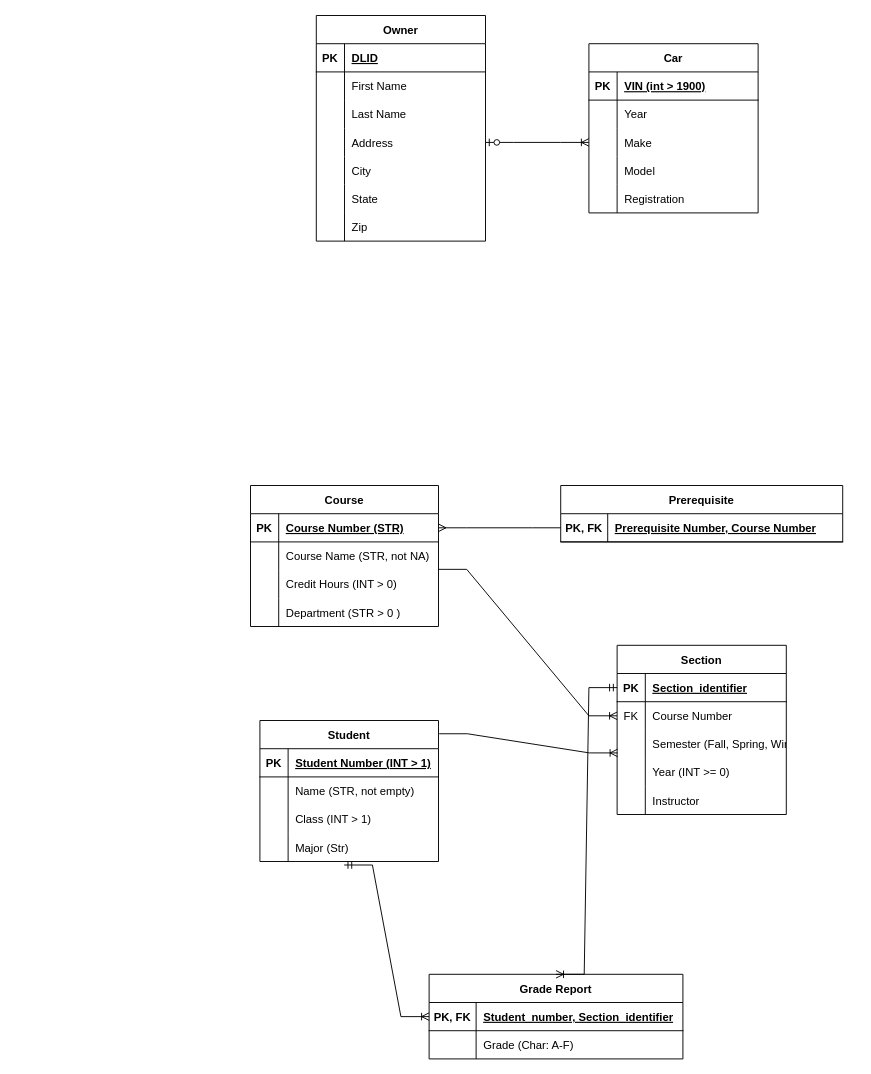
Earlier version of the draw.io diagram Lab One.drawio (seanjedi/comp-163-database-design-class). Source tidied: cells renumbered, new cells numbered last; positions are measured from the earlier drawing's top-left corner, leaving out a move shared by most shapes. Both pictures are drawn from the tidied source at 94%, with x=0, y=0 at pixel (250, 15).
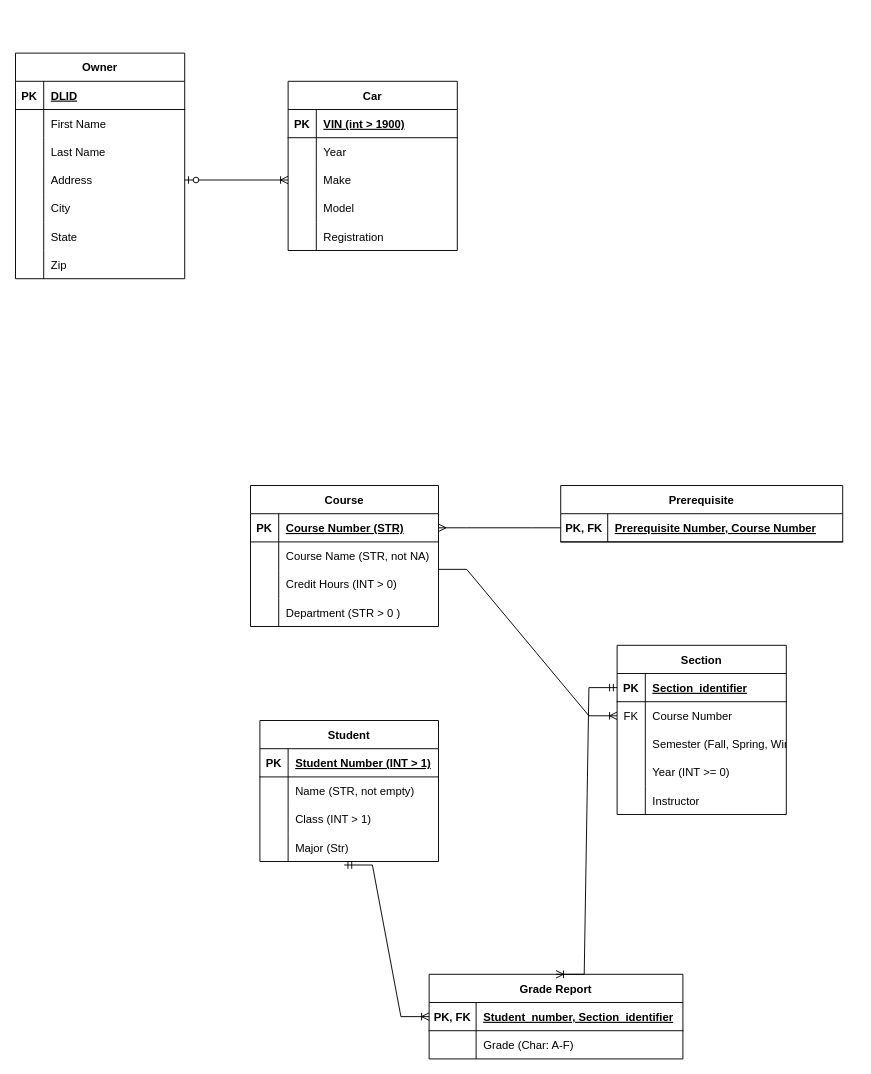
The same page after the edit.

The change refers to these unchanged cells:
```xml
<mxCell id="41" value="Student" style="shape=table;startSize=30;childLayout=tableLayout;rowLines=0;fontStyle=1;align=center;" parent="1" vertex="1">
  <mxGeometry x="10" y="750" width="190" height="150" as="geometry" />
</mxCell>
<mxCell id="74" style="shape=tableRow;horizontal=0;startSize=0;swimlaneHead=0;swimlaneBody=0;fillColor=none;points=[[0,0.5],[1,0.5]];portConstraint=eastwest;top=0;left=0;right=0;bottom=0;" parent="67" vertex="1">
  <mxGeometry y="90" width="180" height="30" as="geometry" />
</mxCell>
```

Change to the diagram source:
```diff
@@
     <mxCell id="2" value="Car" style="shape=table;startSize=30;childLayout=tableLayout;rowLines=0;fontStyle=1;align=center;" parent="1" vertex="1">
-      <mxGeometry x="360" y="30" width="180" height="180" as="geometry" />
+      <mxGeometry x="40" y="70" width="180" height="180" as="geometry" />
     </mxCell>
@@
     <mxCell id="18" value="Owner" style="shape=table;startSize=30;childLayout=tableLayout;rowLines=0;fontStyle=1;align=center;" parent="1" vertex="1">
-      <mxGeometry x="70" width="180" height="240" as="geometry" />
+      <mxGeometry x="-250" y="40" width="180" height="240" as="geometry" />
     </mxCell>
@@
-    <mxCell id="98" style="edgeStyle=entityRelationEdgeStyle;fontSize=12;html=1;endArrow=ERoneToMany;rounded=0;exitX=1.004;exitY=0.094;exitDx=0;exitDy=0;entryX=0.003;entryY=0.816;entryDx=0;entryDy=0;exitPerimeter=0;entryPerimeter=0;" parent="1" edge="1" source="41" target="74">
-      <mxGeometry relative="1" as="geometry" />
-    </mxCell>
```
